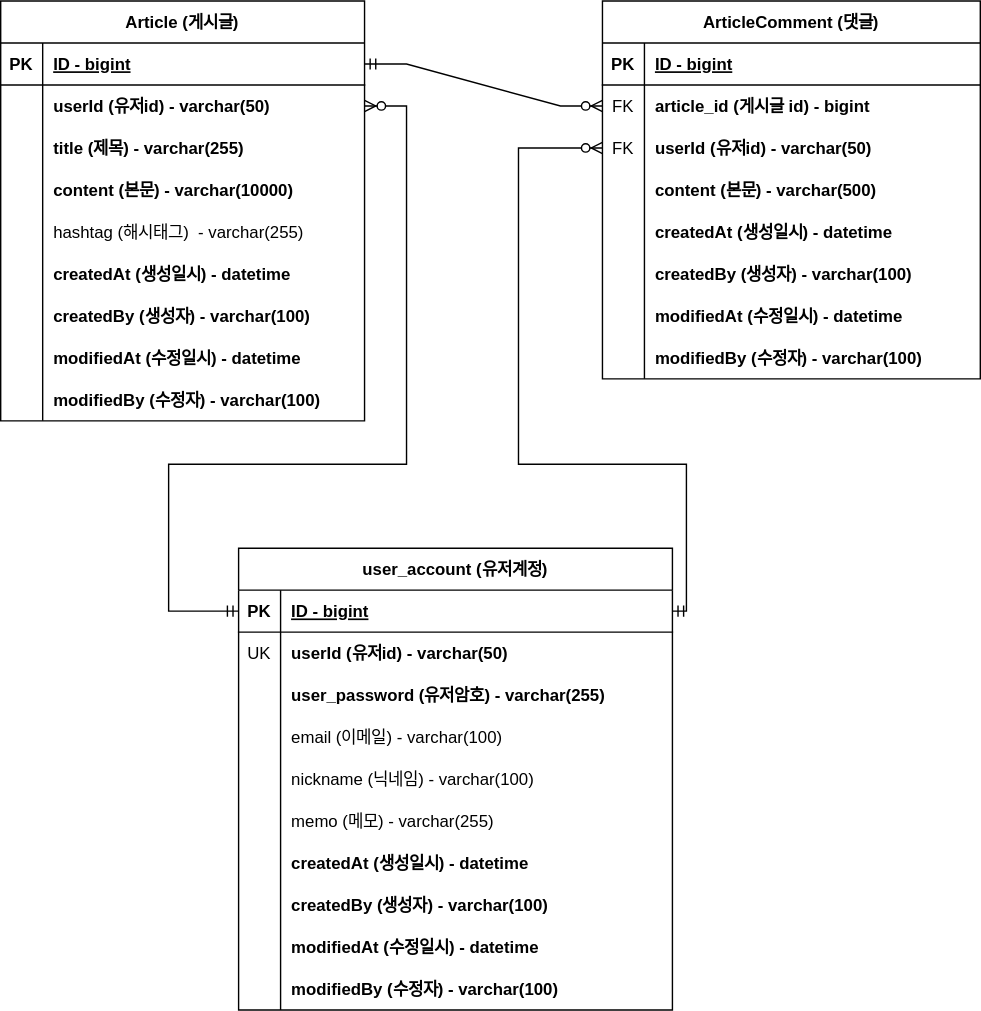
The draw.io diagram document/project-board-erd.svg in tjdwnsdks/project-board, before a commit. Source tidied: cells renumbered, new cells last; positions are measured from the earlier drawing's top-left corner, leaving out a move shared by most shapes.
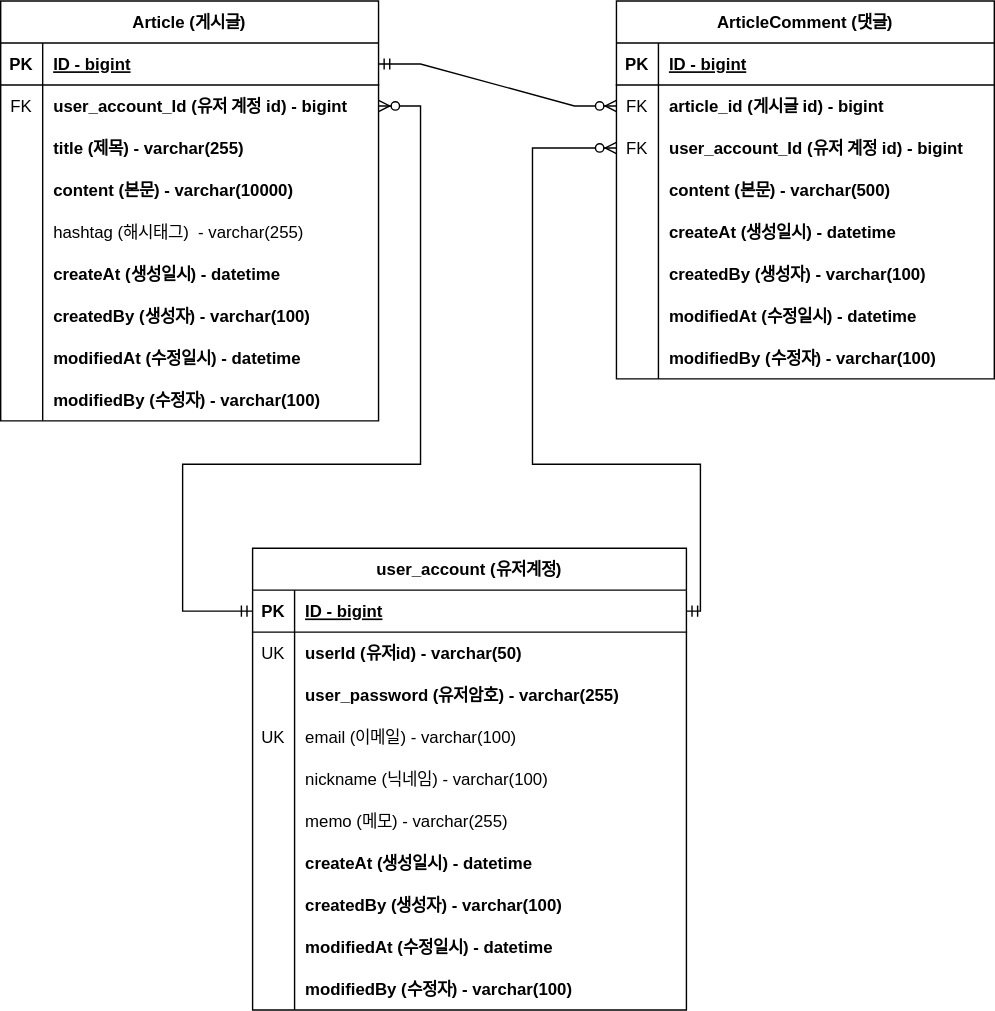
Above is the later version.

What changed in the source:
```diff
@@ -3,88 +3,88 @@
     <mxCell id="0" />
     <mxCell id="1" parent="0" />
     <mxCell id="2" value="Article (게시글)" style="shape=table;startSize=30;rowLines=0;fontStyle=1;align=center;" parent="1" vertex="1">
-      <mxGeometry width="260" height="300" as="geometry" />
+      <mxGeometry x="-10" width="270" height="300" as="geometry" />
     </mxCell>
     <mxCell id="3" style="shape=tableRow;horizontal=0;startSize=0;swimlaneHead=0;swimlaneBody=0;fillColor=none;points=[[0,0.5],[1,0.5]];portConstraint=eastwest;top=0;left=0;right=0;bottom=1;" parent="2" vertex="1">
-      <mxGeometry y="30" width="260" height="30" as="geometry" />
+      <mxGeometry y="30" width="270" height="30" as="geometry" />
     </mxCell>
     <mxCell id="4" value="PK" style="shape=partialRectangle;fillColor=none;top=0;left=0;bottom=0;right=0;fontStyle=1;overflow=hidden;" parent="3" vertex="1">
       <mxGeometry width="30" height="30" as="geometry" />
     </mxCell>
     <mxCell id="5" value="ID - bigint" style="shape=partialRectangle;fillColor=none;top=0;left=0;bottom=0;right=0;align=left;spacingLeft=6;fontStyle=5;overflow=hidden;" parent="3" vertex="1">
-      <mxGeometry x="30" width="230" height="30" as="geometry" />
+      <mxGeometry x="30" width="240" height="30" as="geometry" />
     </mxCell>
     <mxCell id="6" style="shape=tableRow;horizontal=0;startSize=0;swimlaneHead=0;swimlaneBody=0;fillColor=none;points=[[0,0.5],[1,0.5]];portConstraint=eastwest;top=0;left=0;right=0;bottom=0;" parent="2" vertex="1">
-      <mxGeometry y="60" width="260" height="30" as="geometry" />
+      <mxGeometry y="60" width="270" height="30" as="geometry" />
     </mxCell>
-    <mxCell id="7" style="shape=partialRectangle;fillColor=none;top=0;left=0;bottom=0;right=0;overflow=hidden;" parent="6" vertex="1">
+    <mxCell id="7" value="FK" style="shape=partialRectangle;fillColor=none;top=0;left=0;bottom=0;right=0;overflow=hidden;" parent="6" vertex="1">
       <mxGeometry width="30" height="30" as="geometry" />
     </mxCell>
-    <mxCell id="8" value="userId (유저id) - varchar(50)" style="shape=partialRectangle;fillColor=none;top=0;left=0;bottom=0;right=0;align=left;spacingLeft=6;overflow=hidden;fontStyle=1;" parent="6" vertex="1">
-      <mxGeometry x="30" width="230" height="30" as="geometry" />
+    <mxCell id="8" value="user_account_Id (유저 계정 id) - bigint" style="shape=partialRectangle;fillColor=none;top=0;left=0;bottom=0;right=0;align=left;spacingLeft=6;overflow=hidden;fontStyle=1;" parent="6" vertex="1">
+      <mxGeometry x="30" width="240" height="30" as="geometry" />
     </mxCell>
     <mxCell id="9" style="shape=tableRow;horizontal=0;startSize=0;swimlaneHead=0;swimlaneBody=0;fillColor=none;top=0;left=0;right=0;bottom=0;" parent="2" vertex="1">
-      <mxGeometry y="90" width="260" height="30" as="geometry" />
+      <mxGeometry y="90" width="270" height="30" as="geometry" />
     </mxCell>
     <mxCell id="10" style="shape=partialRectangle;fillColor=none;top=0;left=0;bottom=0;right=0;overflow=hidden;" parent="9" vertex="1">
       <mxGeometry width="30" height="30" as="geometry" />
     </mxCell>
     <mxCell id="11" value="title (제목) - varchar(255)" style="shape=partialRectangle;fillColor=none;top=0;left=0;bottom=0;right=0;align=left;spacingLeft=6;overflow=hidden;fontStyle=1;" parent="9" vertex="1">
-      <mxGeometry x="30" width="230" height="30" as="geometry" />
+      <mxGeometry x="30" width="240" height="30" as="geometry" />
     </mxCell>
     <mxCell id="12" style="shape=tableRow;horizontal=0;startSize=0;swimlaneHead=0;swimlaneBody=0;fillColor=none;top=0;left=0;right=0;bottom=0;" parent="2" vertex="1">
-      <mxGeometry y="120" width="260" height="30" as="geometry" />
+      <mxGeometry y="120" width="270" height="30" as="geometry" />
     </mxCell>
     <mxCell id="13" style="shape=partialRectangle;fillColor=none;top=0;left=0;bottom=0;right=0;overflow=hidden;" parent="12" vertex="1">
       <mxGeometry width="30" height="30" as="geometry" />
     </mxCell>
     <mxCell id="14" value="content (본문) - varchar(10000)" style="shape=partialRectangle;fillColor=none;top=0;left=0;bottom=0;right=0;align=left;spacingLeft=6;overflow=hidden;fontStyle=1;" parent="12" vertex="1">
-      <mxGeometry x="30" width="230" height="30" as="geometry" />
+      <mxGeometry x="30" width="240" height="30" as="geometry" />
     </mxCell>
     <mxCell id="15" style="shape=tableRow;horizontal=0;startSize=0;swimlaneHead=0;swimlaneBody=0;fillColor=none;top=0;left=0;right=0;bottom=0;" parent="2" vertex="1">
-      <mxGeometry y="150" width="260" height="30" as="geometry" />
+      <mxGeometry y="150" width="270" height="30" as="geometry" />
     </mxCell>
     <mxCell id="16" style="shape=partialRectangle;fillColor=none;top=0;left=0;bottom=0;right=0;overflow=hidden;" parent="15" vertex="1">
       <mxGeometry width="30" height="30" as="geometry" />
     </mxCell>
     <mxCell id="17" value="hashtag (해시태그)  - varchar(255)" style="shape=partialRectangle;fillColor=none;top=0;left=0;bottom=0;right=0;align=left;spacingLeft=6;overflow=hidden;" parent="15" vertex="1">
-      <mxGeometry x="30" width="230" height="30" as="geometry" />
+      <mxGeometry x="30" width="240" height="30" as="geometry" />
     </mxCell>
     <mxCell id="18" style="shape=tableRow;horizontal=0;startSize=0;swimlaneHead=0;swimlaneBody=0;fillColor=none;top=0;left=0;right=0;bottom=0;" parent="2" vertex="1">
-      <mxGeometry y="180" width="260" height="30" as="geometry" />
+      <mxGeometry y="180" width="270" height="30" as="geometry" />
     </mxCell>
     <mxCell id="19" style="shape=partialRectangle;fillColor=none;top=0;left=0;bottom=0;right=0;overflow=hidden;" parent="18" vertex="1">
       <mxGeometry width="30" height="30" as="geometry" />
     </mxCell>
     <mxCell id="20" value="createAt (생성일시) - datetime" style="shape=partialRectangle;fillColor=none;top=0;left=0;bottom=0;right=0;align=left;spacingLeft=6;overflow=hidden;fontStyle=1;" parent="18" vertex="1">
-      <mxGeometry x="30" width="230" height="30" as="geometry" />
+      <mxGeometry x="30" width="240" height="30" as="geometry" />
     </mxCell>
     <mxCell id="21" style="shape=tableRow;horizontal=0;startSize=0;swimlaneHead=0;swimlaneBody=0;fillColor=none;top=0;left=0;right=0;bottom=0;" parent="2" vertex="1">
-      <mxGeometry y="210" width="260" height="30" as="geometry" />
+      <mxGeometry y="210" width="270" height="30" as="geometry" />
     </mxCell>
     <mxCell id="22" style="shape=partialRectangle;fillColor=none;top=0;left=0;bottom=0;right=0;overflow=hidden;" parent="21" vertex="1">
       <mxGeometry width="30" height="30" as="geometry" />
     </mxCell>
     <mxCell id="23" value="createdBy (생성자) - varchar(100)" style="shape=partialRectangle;fillColor=none;top=0;left=0;bottom=0;right=0;align=left;spacingLeft=6;overflow=hidden;fontStyle=1;" parent="21" vertex="1">
-      <mxGeometry x="30" width="230" height="30" as="geometry" />
+      <mxGeometry x="30" width="240" height="30" as="geometry" />
     </mxCell>
     <mxCell id="24" style="shape=tableRow;horizontal=0;startSize=0;swimlaneHead=0;swimlaneBody=0;fillColor=none;top=0;left=0;right=0;bottom=0;" parent="2" vertex="1">
-      <mxGeometry y="240" width="260" height="30" as="geometry" />
+      <mxGeometry y="240" width="270" height="30" as="geometry" />
     </mxCell>
     <mxCell id="25" style="shape=partialRectangle;fillColor=none;top=0;left=0;bottom=0;right=0;overflow=hidden;" parent="24" vertex="1">
       <mxGeometry width="30" height="30" as="geometry" />
     </mxCell>
     <mxCell id="26" value="modifiedAt (수정일시) - datetime" style="shape=partialRectangle;fillColor=none;top=0;left=0;bottom=0;right=0;align=left;spacingLeft=6;overflow=hidden;fontStyle=1;" parent="24" vertex="1">
-      <mxGeometry x="30" width="230" height="30" as="geometry" />
+      <mxGeometry x="30" width="240" height="30" as="geometry" />
     </mxCell>
     <mxCell id="27" style="shape=tableRow;horizontal=0;startSize=0;swimlaneHead=0;swimlaneBody=0;fillColor=none;top=0;left=0;right=0;bottom=0;" parent="2" vertex="1">
-      <mxGeometry y="270" width="260" height="30" as="geometry" />
+      <mxGeometry y="270" width="270" height="30" as="geometry" />
     </mxCell>
     <mxCell id="28" style="shape=partialRectangle;fillColor=none;top=0;left=0;bottom=0;right=0;overflow=hidden;" parent="27" vertex="1">
       <mxGeometry width="30" height="30" as="geometry" />
     </mxCell>
     <mxCell id="29" value="modifiedBy (수정자) - varchar(100)" style="shape=partialRectangle;fillColor=none;top=0;left=0;bottom=0;right=0;align=left;spacingLeft=6;overflow=hidden;fontStyle=1;" parent="27" vertex="1">
-      <mxGeometry x="30" width="230" height="30" as="geometry" />
+      <mxGeometry x="30" width="240" height="30" as="geometry" />
     </mxCell>
     <mxCell id="30" value="ArticleComment (댓글)" style="shape=table;startSize=30;rowLines=0;fontStyle=1;align=center;" parent="1" vertex="1">
       <mxGeometry x="430" width="270" height="270" as="geometry" />
@@ -113,7 +113,7 @@
     <mxCell id="38" value="FK" style="shape=partialRectangle;fillColor=none;top=0;left=0;bottom=0;right=0;overflow=hidden;" parent="37" vertex="1">
       <mxGeometry width="30" height="30" as="geometry" />
     </mxCell>
-    <mxCell id="39" value="userId (유저id) - varchar(50)" style="shape=partialRectangle;fillColor=none;top=0;left=0;bottom=0;right=0;align=left;spacingLeft=6;overflow=hidden;fontStyle=1;" parent="37" vertex="1">
+    <mxCell id="39" value="user_account_Id (유저 계정 id) - bigint" style="shape=partialRectangle;fillColor=none;top=0;left=0;bottom=0;right=0;align=left;spacingLeft=6;overflow=hidden;fontStyle=1;" parent="37" vertex="1">
       <mxGeometry x="30" width="240" height="30" as="geometry" />
     </mxCell>
     <mxCell id="40" style="shape=tableRow;horizontal=0;startSize=0;swimlaneHead=0;swimlaneBody=0;fillColor=none;top=0;left=0;right=0;bottom=0;" parent="30" vertex="1">
@@ -197,7 +197,7 @@
     <mxCell id="66" style="shape=tableRow;horizontal=0;startSize=0;swimlaneHead=0;swimlaneBody=0;fillColor=none;top=0;left=0;right=0;bottom=0;" parent="56" vertex="1">
       <mxGeometry y="120" width="310" height="30" as="geometry" />
     </mxCell>
-    <mxCell id="67" style="shape=partialRectangle;fillColor=none;top=0;left=0;bottom=0;right=0;overflow=hidden;" parent="66" vertex="1">
+    <mxCell id="67" value="UK" style="shape=partialRectangle;fillColor=none;top=0;left=0;bottom=0;right=0;overflow=hidden;" parent="66" vertex="1">
       <mxGeometry width="30" height="30" as="geometry" />
     </mxCell>
     <mxCell id="68" value="email (이메일) - varchar(100)" style="shape=partialRectangle;fillColor=none;top=0;left=0;bottom=0;right=0;align=left;spacingLeft=6;overflow=hidden;" parent="66" vertex="1">
```
